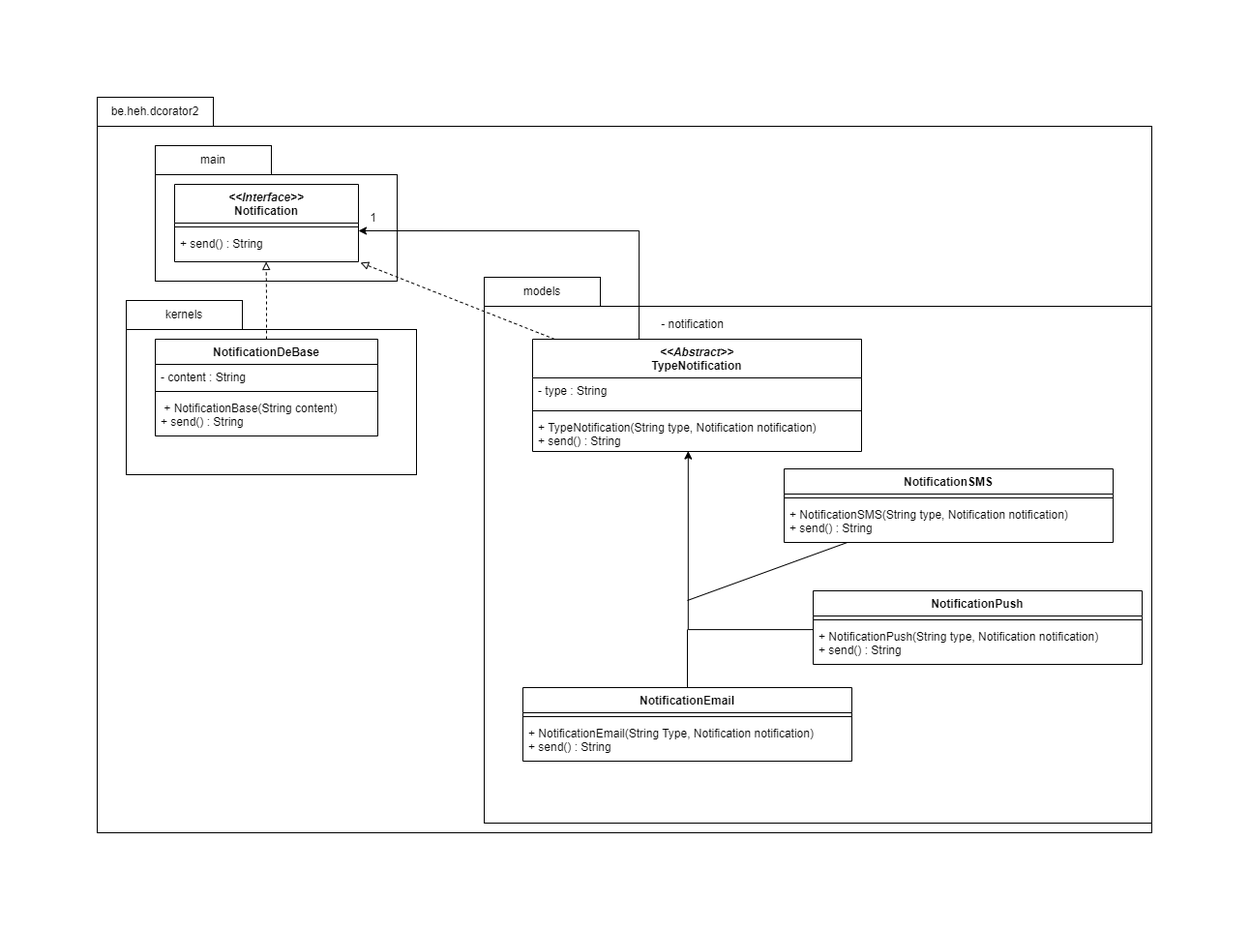
TaRRoSerZ/DesignPatternDecoratorExo2 keeps this draw.io diagram as assets/uml/DesignPatternDecoratorExo2.drawio.png. Above is the earlier version. Source tidied: cells renumbered, new cells last; positions are measured from the earlier drawing's top-left corner, leaving out a move shared by most shapes.
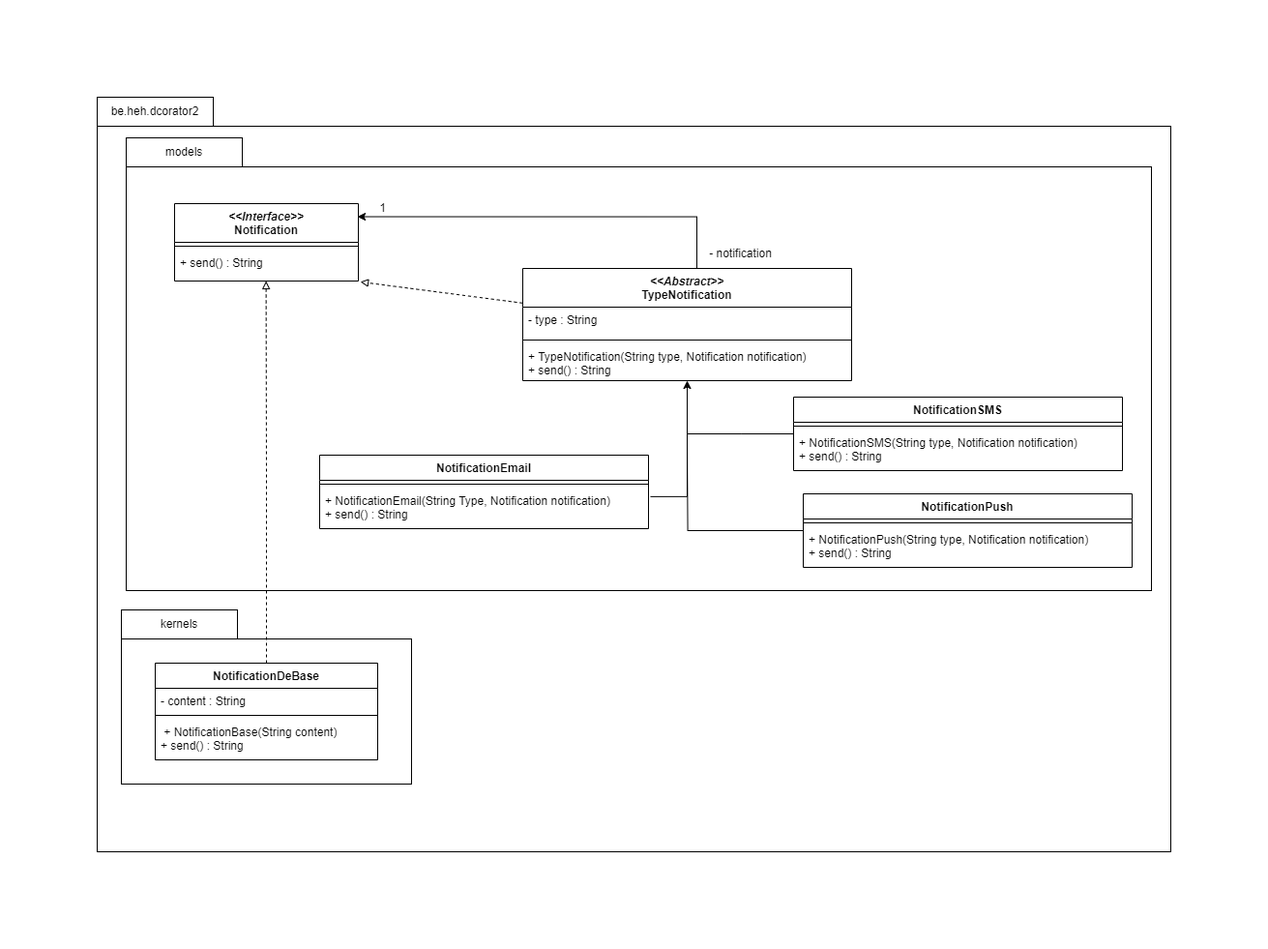
Above is the later version.

Change to the diagram source:
```diff
@@ -2,12 +2,12 @@
   <root>
     <mxCell id="0" />
     <mxCell id="1" parent="0" />
+    <mxCell id="3" style="rounded=0;whiteSpace=wrap;html=1;fillColor=none;" parent="1" vertex="1">
+      <mxGeometry y="10" width="1110" height="750" as="geometry" />
+    </mxCell>
     <mxCell id="2" style="rounded=0;whiteSpace=wrap;html=1;fillColor=none;" parent="1" vertex="1">
-      <mxGeometry x="400" y="216" width="690" height="534" as="geometry" />
+      <mxGeometry x="30" y="52" width="1060" height="438" as="geometry" />
     </mxCell>
-    <mxCell id="3" style="rounded=0;whiteSpace=wrap;html=1;fillColor=none;" parent="1" vertex="1">
-      <mxGeometry y="30" width="1090" height="730" as="geometry" />
-    </mxCell>
     <mxCell id="4" value="&lt;i&gt;&amp;lt;&amp;lt;Interface&amp;gt;&amp;gt;&lt;/i&gt;&lt;br&gt;Notification" style="swimlane;fontStyle=1;align=center;verticalAlign=top;horizontal=1;startSize=40;whiteSpace=wrap;html=1;" parent="1" vertex="1">
       <mxGeometry x="80" y="90" width="190" height="80" as="geometry" />
     </mxCell>
@@ -18,7 +18,7 @@
       <mxGeometry y="48" width="190" height="32" as="geometry" />
     </mxCell>
     <mxCell id="7" value="NotificationDeBase" style="swimlane;fontStyle=1;align=center;verticalAlign=top;horizontal=1;startSize=26;whiteSpace=wrap;html=1;" parent="1" vertex="1">
-      <mxGeometry x="60" y="250" width="230" height="100" as="geometry" />
+      <mxGeometry x="60" y="565" width="230" height="100" as="geometry" />
     </mxCell>
     <mxCell id="8" value="- content : String" style="text;strokeColor=none;fillColor=none;align=left;verticalAlign=top;spacingLeft=4;spacingRight=4;overflow=hidden;whiteSpace=wrap;html=1;" parent="7" vertex="1">
       <mxGeometry y="26" width="230" height="24" as="geometry" />
@@ -29,23 +29,14 @@
     <mxCell id="10" value="&amp;nbsp;+ NotificationBase(String content)&lt;div&gt;+ send() : String&lt;/div&gt;" style="text;strokeColor=none;fillColor=none;align=left;verticalAlign=top;spacingLeft=4;spacingRight=4;overflow=hidden;whiteSpace=wrap;html=1;" parent="7" vertex="1">
       <mxGeometry y="58" width="230" height="42" as="geometry" />
     </mxCell>
-    <mxCell id="11" style="edgeStyle=orthogonalEdgeStyle;rounded=0;orthogonalLoop=1;jettySize=auto;html=1;" parent="1" edge="1">
-      <mxGeometry relative="1" as="geometry">
-        <mxPoint x="560" y="250" as="sourcePoint" />
-        <mxPoint x="270" y="138" as="targetPoint" />
-        <Array as="points">
-          <mxPoint x="560" y="138" />
-        </Array>
-      </mxGeometry>
-    </mxCell>
     <mxCell id="12" value="be.heh.dcorator2" style="rounded=0;whiteSpace=wrap;html=1;fillColor=none;" parent="1" vertex="1">
-      <mxGeometry width="120" height="30" as="geometry" />
+      <mxGeometry y="-20" width="120" height="30" as="geometry" />
     </mxCell>
     <mxCell id="13" style="edgeStyle=orthogonalEdgeStyle;rounded=0;jettySize=auto;html=1;entryX=0.498;entryY=1;entryDx=0;entryDy=0;entryPerimeter=0;dashed=1;endArrow=block;endFill=0;" parent="1" edge="1" source="7" target="6">
       <mxGeometry relative="1" as="geometry" />
     </mxCell>
     <mxCell id="14" value="&lt;div&gt;&lt;i&gt;&amp;lt;&amp;lt;Abstract&amp;gt;&amp;gt;&lt;/i&gt;&lt;/div&gt;TypeNotification" style="swimlane;fontStyle=1;align=center;verticalAlign=top;horizontal=1;startSize=40;whiteSpace=wrap;html=1;" parent="1" vertex="1">
-      <mxGeometry x="450" y="250" width="340" height="116" as="geometry" />
+      <mxGeometry x="440" y="157" width="340" height="116" as="geometry" />
     </mxCell>
     <mxCell id="15" value="- type : String" style="text;strokeColor=none;fillColor=none;align=left;verticalAlign=top;spacingLeft=4;spacingRight=4;overflow=hidden;whiteSpace=wrap;html=1;" parent="14" vertex="1">
       <mxGeometry y="40" width="340" height="30" as="geometry" />
@@ -57,18 +48,13 @@
       <mxGeometry y="78" width="340" height="38" as="geometry" />
     </mxCell>
     <mxCell id="18" value="- notification" style="text;html=1;align=center;verticalAlign=middle;strokeColor=none;fillColor=none;" parent="1" vertex="1">
-      <mxGeometry x="570" y="220" width="90" height="30" as="geometry" />
+      <mxGeometry x="620" y="127" width="90" height="30" as="geometry" />
     </mxCell>
     <mxCell id="19" value="1" style="text;html=1;align=center;verticalAlign=middle;strokeColor=none;fillColor=none;" parent="1" vertex="1">
-      <mxGeometry x="270" y="110" width="30" height="30" as="geometry" />
+      <mxGeometry x="280" y="80" width="30" height="30" as="geometry" />
     </mxCell>
-    <mxCell id="20" style="edgeStyle=none;rounded=0;jettySize=auto;html=1;endArrow=none;startFill=0;" parent="1" edge="1" source="21">
-      <mxGeometry relative="1" as="geometry">
-        <mxPoint x="610" y="550" as="targetPoint" />
-      </mxGeometry>
-    </mxCell>
     <mxCell id="21" value="NotificationEmail" style="swimlane;fontStyle=1;align=center;verticalAlign=top;horizontal=1;startSize=26;whiteSpace=wrap;html=1;" parent="1" vertex="1">
-      <mxGeometry x="440" y="610" width="340" height="76" as="geometry" />
+      <mxGeometry x="230" y="350" width="340" height="76" as="geometry" />
     </mxCell>
     <mxCell id="22" style="line;strokeWidth=1;fillColor=none;align=left;verticalAlign=middle;spacingTop=-1;spacingLeft=3;spacingRight=3;labelPosition=right;strokeColor=inherit;" parent="21" vertex="1">
       <mxGeometry y="26" width="340" height="8" as="geometry" />
@@ -76,13 +62,13 @@
     <mxCell id="23" value="+ NotificationEmail(String Type, Notification notification)&lt;div&gt;+ send() : String&lt;/div&gt;" style="text;strokeColor=none;fillColor=none;align=left;verticalAlign=top;spacingLeft=4;spacingRight=4;overflow=hidden;points=[[0,0.5],[1,0.5]];portConstraint=eastwest;whiteSpace=wrap;html=1;" parent="21" vertex="1">
       <mxGeometry y="34" width="340" height="42" as="geometry" />
     </mxCell>
-    <mxCell id="24" style="edgeStyle=none;rounded=0;jettySize=auto;html=1;endArrow=none;startFill=0;" parent="1" edge="1" source="25">
-      <mxGeometry relative="1" as="geometry">
-        <mxPoint x="610" y="520" as="targetPoint" />
-      </mxGeometry>
-    </mxCell>
+    <mxCell id="38" style="edgeStyle=orthogonalEdgeStyle;rounded=0;jettySize=auto;html=1;endArrow=none;startFill=0;" parent="1" edge="1" source="25">
+      <mxGeometry relative="1" as="geometry">
+        <mxPoint x="610" y="328" as="targetPoint" />
+      </mxGeometry>
+    </mxCell>
     <mxCell id="25" value="NotificationSMS" style="swimlane;fontStyle=1;align=center;verticalAlign=top;horizontal=1;startSize=26;whiteSpace=wrap;html=1;" parent="1" vertex="1">
-      <mxGeometry x="710" y="384" width="340" height="76" as="geometry" />
+      <mxGeometry x="720" y="290" width="340" height="76" as="geometry" />
     </mxCell>
     <mxCell id="26" style="line;strokeWidth=1;fillColor=none;align=left;verticalAlign=middle;spacingTop=-1;spacingLeft=3;spacingRight=3;labelPosition=right;strokeColor=inherit;" parent="25" vertex="1">
       <mxGeometry y="26" width="340" height="8" as="geometry" />
@@ -90,8 +76,13 @@
     <mxCell id="27" value="+ NotificationSMS(String type, Notification notification)&lt;div&gt;+ send() : String&lt;/div&gt;" style="text;strokeColor=none;fillColor=none;align=left;verticalAlign=top;spacingLeft=4;spacingRight=4;overflow=hidden;whiteSpace=wrap;html=1;" parent="25" vertex="1">
       <mxGeometry y="34" width="340" height="42" as="geometry" />
     </mxCell>
+    <mxCell id="39" style="edgeStyle=orthogonalEdgeStyle;rounded=0;jettySize=auto;html=1;endArrow=none;startFill=0;" parent="1" edge="1" source="28">
+      <mxGeometry relative="1" as="geometry">
+        <mxPoint x="610" y="340" as="targetPoint" />
+      </mxGeometry>
+    </mxCell>
     <mxCell id="28" value="NotificationPush" style="swimlane;fontStyle=1;align=center;verticalAlign=top;horizontal=1;startSize=26;whiteSpace=wrap;html=1;" parent="1" vertex="1">
-      <mxGeometry x="740" y="510" width="340" height="76" as="geometry" />
+      <mxGeometry x="730" y="390" width="340" height="76" as="geometry" />
     </mxCell>
     <mxCell id="29" style="line;strokeWidth=1;fillColor=none;align=left;verticalAlign=middle;spacingTop=-1;spacingLeft=3;spacingRight=3;labelPosition=right;strokeColor=inherit;" parent="28" vertex="1">
       <mxGeometry y="26" width="340" height="8" as="geometry" />
@@ -103,26 +94,23 @@
       <mxGeometry relative="1" as="geometry" />
     </mxCell>
     <mxCell id="32" style="rounded=0;whiteSpace=wrap;html=1;fillColor=none;" parent="1" vertex="1">
-      <mxGeometry x="30" y="240" width="300" height="150" as="geometry" />
+      <mxGeometry x="25" y="540" width="300" height="150" as="geometry" />
     </mxCell>
     <mxCell id="33" value="kernels" style="rounded=0;whiteSpace=wrap;html=1;fillColor=none;" parent="1" vertex="1">
-      <mxGeometry x="30" y="210" width="120" height="30" as="geometry" />
+      <mxGeometry x="25" y="510" width="120" height="30" as="geometry" />
     </mxCell>
-    <mxCell id="34" style="edgeStyle=orthogonalEdgeStyle;rounded=0;jettySize=auto;html=1;entryX=0.473;entryY=0.99;entryDx=0;entryDy=0;entryPerimeter=0;" parent="1" edge="1" source="28" target="17">
-      <mxGeometry relative="1" as="geometry">
-        <Array as="points">
-          <mxPoint x="611" y="550" />
-        </Array>
-      </mxGeometry>
-    </mxCell>
     <mxCell id="35" value="models" style="rounded=0;whiteSpace=wrap;html=1;fillColor=none;" parent="1" vertex="1">
-      <mxGeometry x="400" y="186" width="120" height="30" as="geometry" />
+      <mxGeometry x="30" y="22" width="120" height="30" as="geometry" />
     </mxCell>
-    <mxCell id="36" style="rounded=0;whiteSpace=wrap;html=1;fillColor=none;" parent="1" vertex="1">
-      <mxGeometry x="60" y="80" width="250" height="110" as="geometry" />
-    </mxCell>
-    <mxCell id="37" value="main" style="rounded=0;whiteSpace=wrap;html=1;fillColor=none;" parent="1" vertex="1">
-      <mxGeometry x="60" y="50" width="120" height="30" as="geometry" />
-    </mxCell>
+    <mxCell id="40" style="edgeStyle=orthogonalEdgeStyle;rounded=0;jettySize=auto;html=1;entryX=0.995;entryY=0.169;entryDx=0;entryDy=0;entryPerimeter=0;" parent="1" edge="1" source="14" target="4">
+      <mxGeometry relative="1" as="geometry">
+        <Array as="points">
+          <mxPoint x="620" y="104" />
+        </Array>
+      </mxGeometry>
+    </mxCell>
+    <mxCell id="41" style="edgeStyle=orthogonalEdgeStyle;rounded=0;jettySize=auto;html=1;exitX=1.006;exitY=0.212;exitDx=0;exitDy=0;exitPerimeter=0;" parent="1" edge="1" source="23" target="14">
+      <mxGeometry relative="1" as="geometry" />
+    </mxCell>
   </root>
 </mxGraphModel>
```
